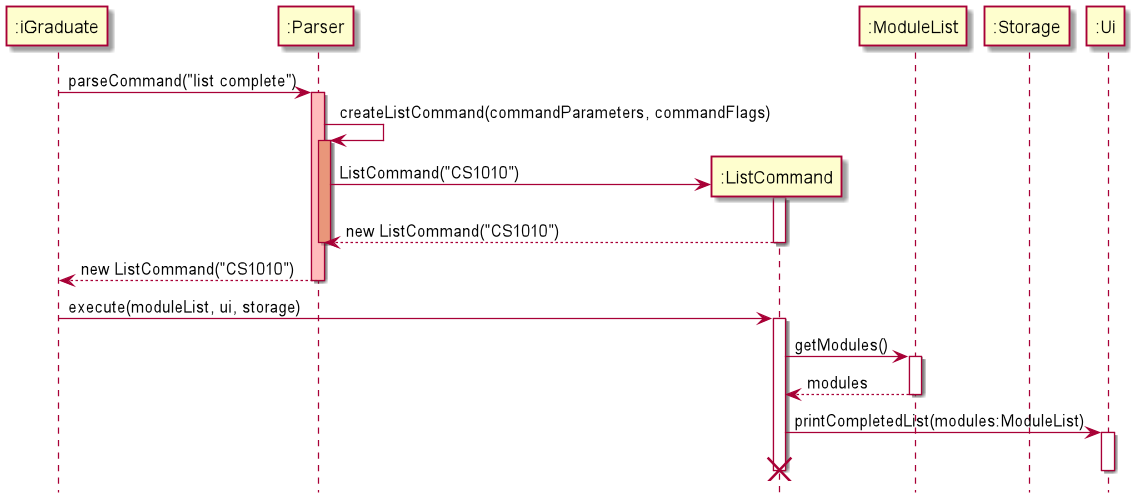
Above: docs/images/ListCommandSequenceDiagram.png in oscarlai1998/tp (PlantUML), before the change. Source of this version:
```plantuml
@startuml
hide footbox

participant ":iGraduate" as iGraduate
participant ":Parser" as Parser
participant ":ListCommand" as ListCommand
participant ":ModuleList" as ModuleList
participant ":Storage" as Storage
participant ":Ui" as Ui

iGraduate -> Parser: parseCommand("list complete")
activate Parser #FFBBBB

Parser -> Parser: createListCommand(commandParameters, commandFlags)
activate Parser #DarkSalmon

create ListCommand
Parser -> ListCommand: ListCommand("CS1010")
activate ListCommand
ListCommand --> Parser: new ListCommand("CS1010")
deactivate ListCommand
deactivate Parser

Parser --> iGraduate: new ListCommand("CS1010")
deactivate Parser

iGraduate -> ListCommand: execute(moduleList, ui, storage)
activate ListCommand

ListCommand -> ModuleList: getModules()
activate ModuleList
ModuleList --> ListCommand: modules
deactivate ModuleList


ListCommand -> Ui: printCompletedList(modules:ModuleList)
activate Ui
deactivate Ui

deactivate ListCommand
destroy ListCommand
@enduml
```
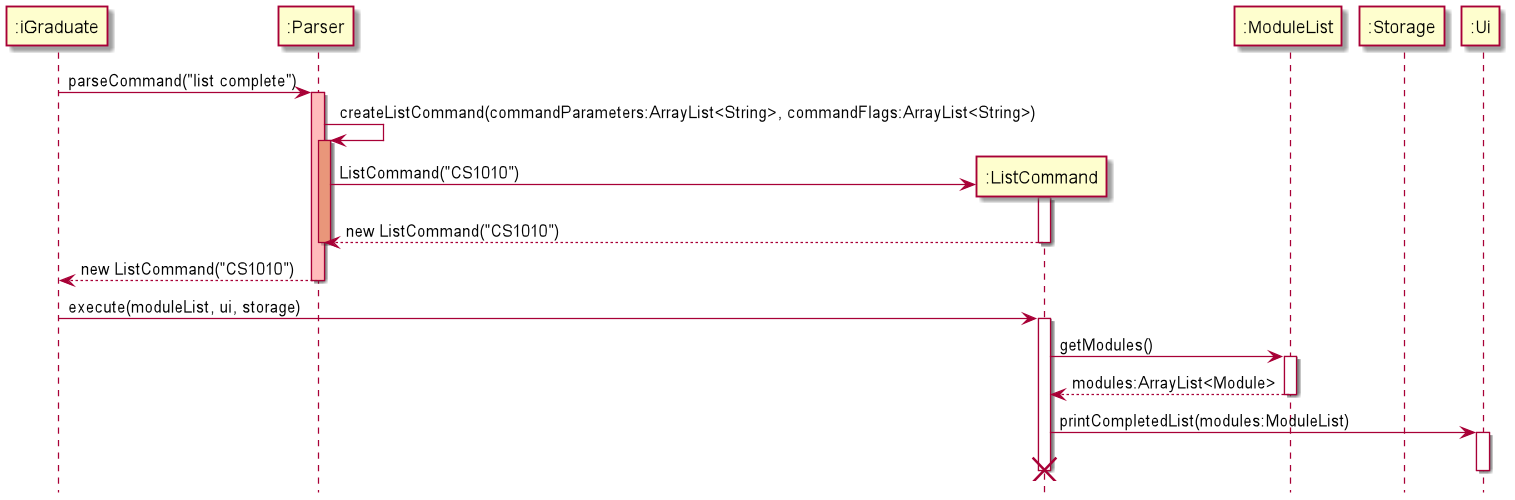
Above is the later version.

What changed in the source:
```diff
@@ -11,7 +11,7 @@
 iGraduate -> Parser: parseCommand("list complete")
 activate Parser #FFBBBB
 
-Parser -> Parser: createListCommand(commandParameters, commandFlags)
+Parser -> Parser: createListCommand(commandParameters:ArrayList<String>, commandFlags:ArrayList<String>)
 activate Parser #DarkSalmon
 
 create ListCommand
@@ -29,7 +29,7 @@
 
 ListCommand -> ModuleList: getModules()
 activate ModuleList
-ModuleList --> ListCommand: modules
+ModuleList --> ListCommand: modules:ArrayList<Module>
 deactivate ModuleList
 
 
```
